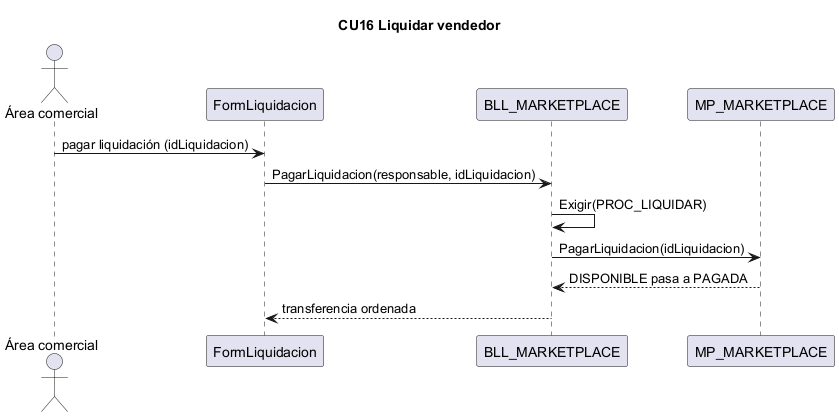
This is docs/diagramas/secuencias_png/CU16.png from L-Muniz/uai-diploma_2026, a PlantUML export, as it was before one commit. The source it was exported from:
```plantuml
@startuml CU16
title CU16 Liquidar vendedor
actor "Área comercial" as Area
participant "FormLiquidacion" as IU
participant "BLL_MARKETPLACE" as BLL
participant "MP_MARKETPLACE" as DAL
Area -> IU : pagar liquidación (idLiquidacion)
IU -> BLL : PagarLiquidacion(responsable, idLiquidacion)
BLL -> BLL : Exigir(PROC_LIQUIDAR)
BLL -> DAL : PagarLiquidacion(idLiquidacion)
DAL --> BLL : DISPONIBLE pasa a PAGADA
BLL --> IU : transferencia ordenada
@enduml
```
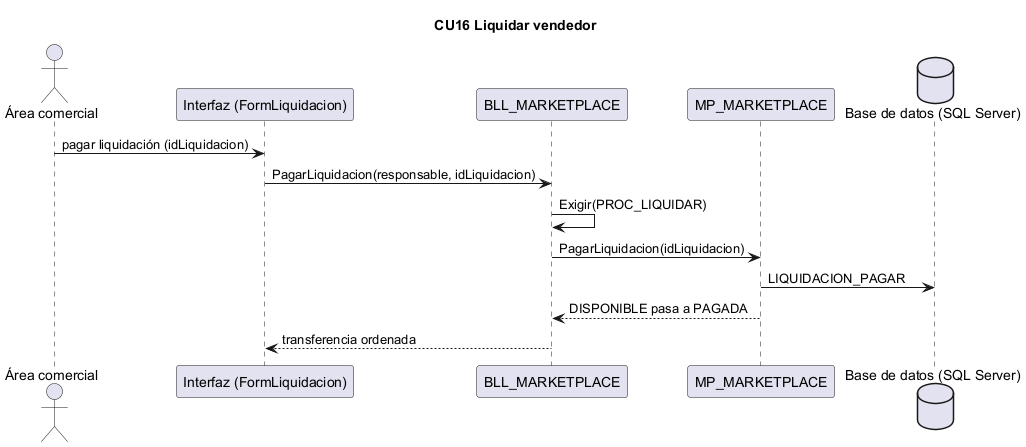
After the change.

What changed in the source:
```diff
@@ -1,13 +1,15 @@
 @startuml CU16
 title CU16 Liquidar vendedor
 actor "Área comercial" as Area
-participant "FormLiquidacion" as IU
+participant "Interfaz (FormLiquidacion)" as IU
 participant "BLL_MARKETPLACE" as BLL
 participant "MP_MARKETPLACE" as DAL
+database "Base de datos (SQL Server)" as BD
 Area -> IU : pagar liquidación (idLiquidacion)
 IU -> BLL : PagarLiquidacion(responsable, idLiquidacion)
 BLL -> BLL : Exigir(PROC_LIQUIDAR)
 BLL -> DAL : PagarLiquidacion(idLiquidacion)
+DAL -> BD : LIQUIDACION_PAGAR
 DAL --> BLL : DISPONIBLE pasa a PAGADA
 BLL --> IU : transferencia ordenada
 @enduml
```
